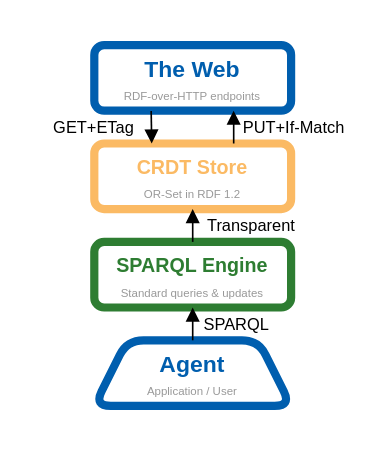
jitsedesmet/2026-icwe-poster keeps this draw.io diagram as page "stack" (2 of 2) of img/rdf-crdt.drawio. Above is the earlier version. Source tidied: cells renumbered, new cells numbered last; positions are measured from the earlier drawing's top-left corner, leaving out a move shared by most shapes. Both pictures are drawn from the tidied source at 164%, with x=0, y=0 at pixel (28, 28). Pictures stored in the file or linked from it are replaced by grey dashed boxes.
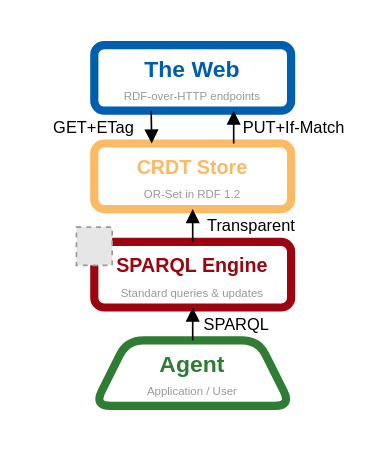
After the change.

Diff of the diagram source:
```diff
@@
-    <mxCell id="5" style="rounded=1;whiteSpace=wrap;html=1;strokeWidth=5;strokeColor=#2E7D32;fillColor=none;" parent="1" vertex="1">
+    <mxCell id="5" style="rounded=1;whiteSpace=wrap;html=1;strokeWidth=5;strokeColor=#9C0510;fillColor=none;" parent="1" vertex="1">
       <mxGeometry x="40" y="130" width="120" height="40" as="geometry" />
     </mxCell>
@@
-    <mxCell id="7" style="shape=trapezoid;perimeter=trapezoidPerimeter;whiteSpace=wrap;html=1;fixedSize=1;rotation=0;size=20;strokeWidth=5;strokeColor=#005EAE;rounded=1;" parent="1" vertex="1">
+    <mxCell id="7" style="shape=trapezoid;perimeter=trapezoidPerimeter;whiteSpace=wrap;html=1;fixedSize=1;rotation=0;size=20;strokeWidth=5;strokeColor=#2E7D32;rounded=1;" parent="1" vertex="1">
       <mxGeometry x="40" y="190" width="120" height="40" as="geometry" />
     </mxCell>
@@
-    <mxCell id="9" value="&lt;b&gt;&lt;font style=&quot;color: rgb(46, 125, 50);&quot;&gt;SPARQL Engine&lt;/font&gt;&lt;/b&gt;" style="text;html=1;whiteSpace=wrap;strokeColor=none;fillColor=none;align=center;verticalAlign=middle;rounded=0;" parent="1" vertex="1">
+    <mxCell id="9" value="&lt;b&gt;&lt;font style=&quot;color: rgb(156, 5, 16);&quot;&gt;SPARQL Engine&lt;/font&gt;&lt;/b&gt;" style="text;html=1;whiteSpace=wrap;strokeColor=none;fillColor=none;align=center;verticalAlign=middle;rounded=0;" parent="1" vertex="1">
       <mxGeometry x="50" y="130" width="100" height="30" as="geometry" />
     </mxCell>
@@
-    <mxCell id="13" value="&lt;font style=&quot;font-size: 14px; color: rgb(0, 94, 174);&quot;&gt;&lt;b&gt;Agent&lt;/b&gt;&lt;/font&gt;" style="text;html=1;whiteSpace=wrap;strokeColor=none;fillColor=none;align=center;verticalAlign=middle;rounded=0;" parent="1" vertex="1">
+    <mxCell id="13" value="&lt;font style=&quot;font-size: 14px; color: rgb(46, 125, 50);&quot;&gt;&lt;b style=&quot;&quot;&gt;Agent&lt;/b&gt;&lt;/font&gt;" style="text;html=1;whiteSpace=wrap;strokeColor=none;fillColor=none;align=center;verticalAlign=middle;rounded=0;" parent="1" vertex="1">
       <mxGeometry x="50" y="190" width="100" height="30" as="geometry" />
     </mxCell>
@@
     <mxCell id="22" value="&lt;font style=&quot;font-size: 7px; color: rgb(153, 153, 153);&quot;&gt;Application / User&lt;/font&gt;" style="text;html=1;whiteSpace=wrap;strokeColor=none;fillColor=none;align=center;verticalAlign=middle;rounded=0;" parent="1" vertex="1">
-      <mxGeometry x="40" y="210" width="120" height="20" as="geometry" />
+      <mxGeometry x="50" y="210" width="100" height="20" as="geometry" />
     </mxCell>
+    <mxCell id="23" style="fillColor=#E6E6E6;strokeColor=#999999;dashed=1;verticalLabelPosition=bottom;labelBackgroundColor=default;verticalAlign=top;" parent="1" vertex="1">
+      <mxGeometry x="29.1" y="121" width="21.8" height="23.3" as="geometry" />
+    </mxCell>
```
